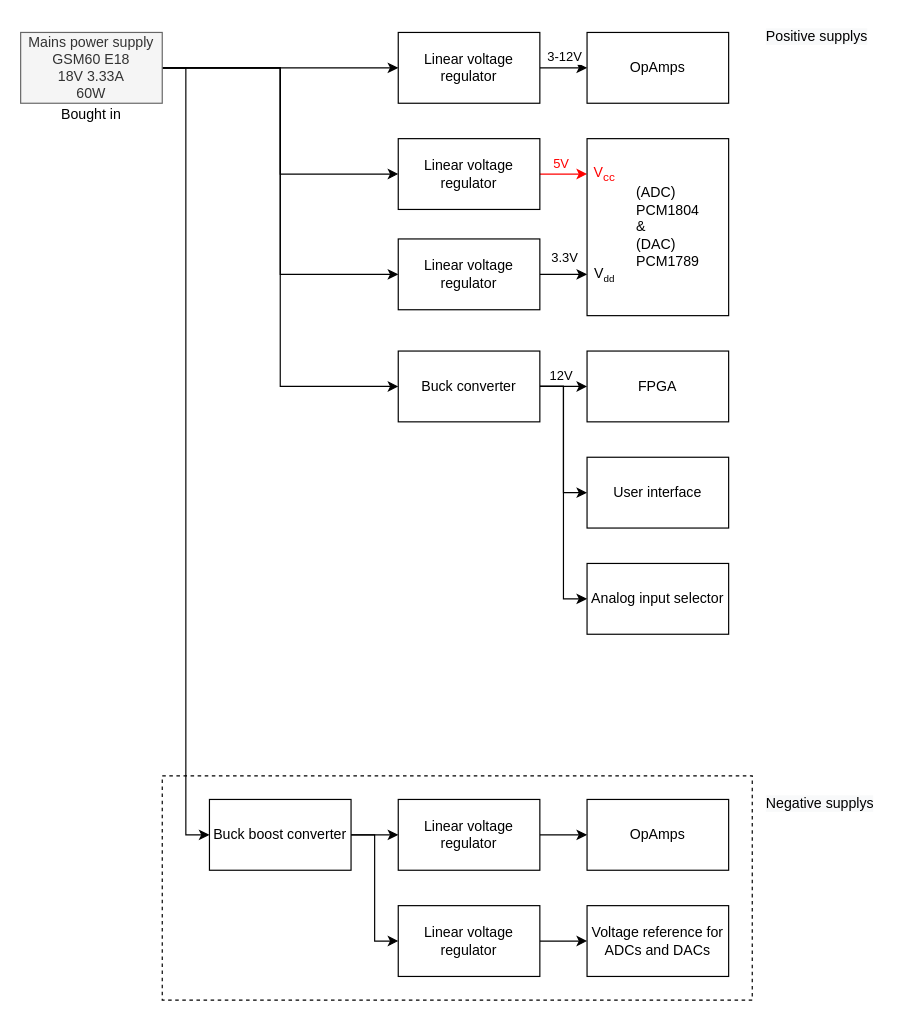
The draw.io diagram Block diagrams/System design/Power supply.drawio in HeinVerhallen/Audio-DSP, before the edit. Source tidied: cells renumbered, new cells numbered last; positions are measured from the earlier drawing's top-left corner, leaving out a move shared by most shapes. Both pictures are drawn from the tidied source at 118%, with x=0, y=0 at pixel (20, 20).
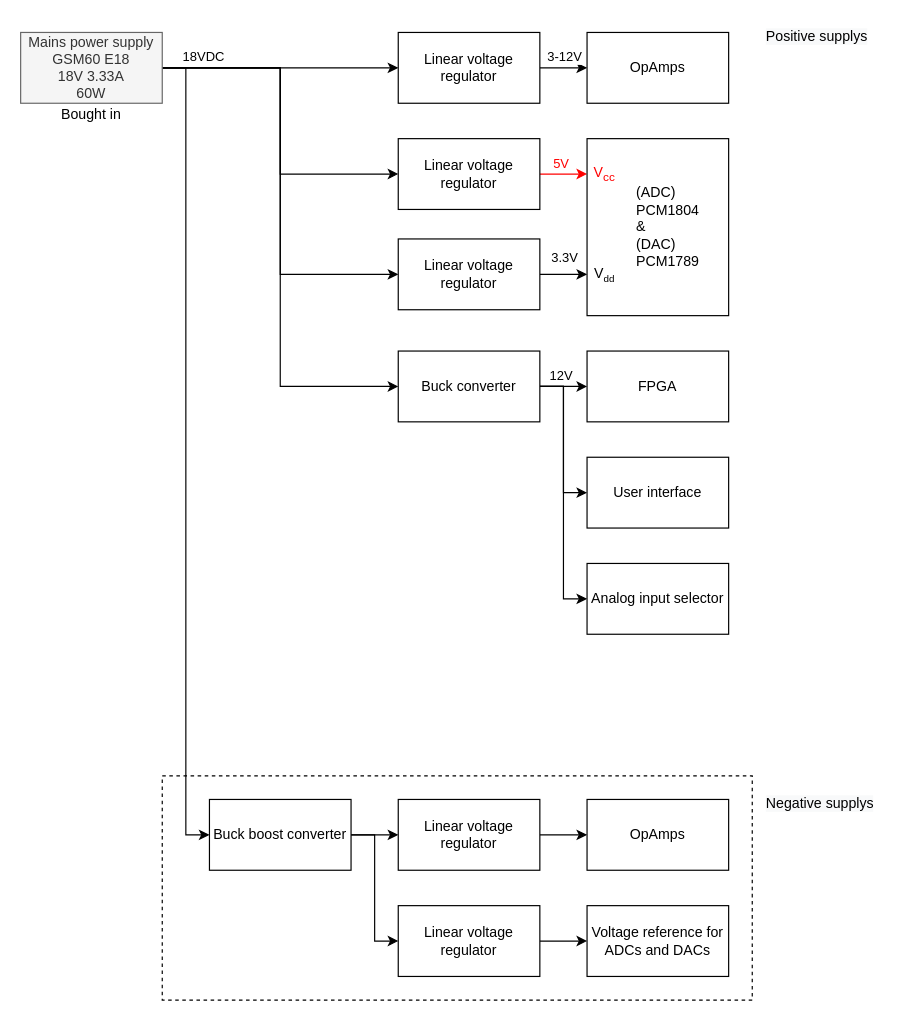
The same diagram, later.

The change refers to these unchanged cells:
```xml
<mxCell id="7" style="edgeStyle=orthogonalEdgeStyle;rounded=0;jettySize=auto;html=1;entryX=0;entryY=0.5;entryDx=0;entryDy=0;strokeColor=#000000;fontColor=#FF0000;" parent="1" edge="1" source="8" target="41">
  <mxGeometry relative="1" as="geometry" />
</mxCell>
```

What changed in the source:
```diff
@@
+    <mxCell id="42" value="18VDC" style="edgeLabel;html=1;align=center;verticalAlign=middle;" parent="7" vertex="1">
+      <mxGeometry x="-0.82" y="-2" relative="1" as="geometry">
+        <mxPoint y="-12" as="offset" />
+      </mxGeometry>
+    </mxCell>
```
